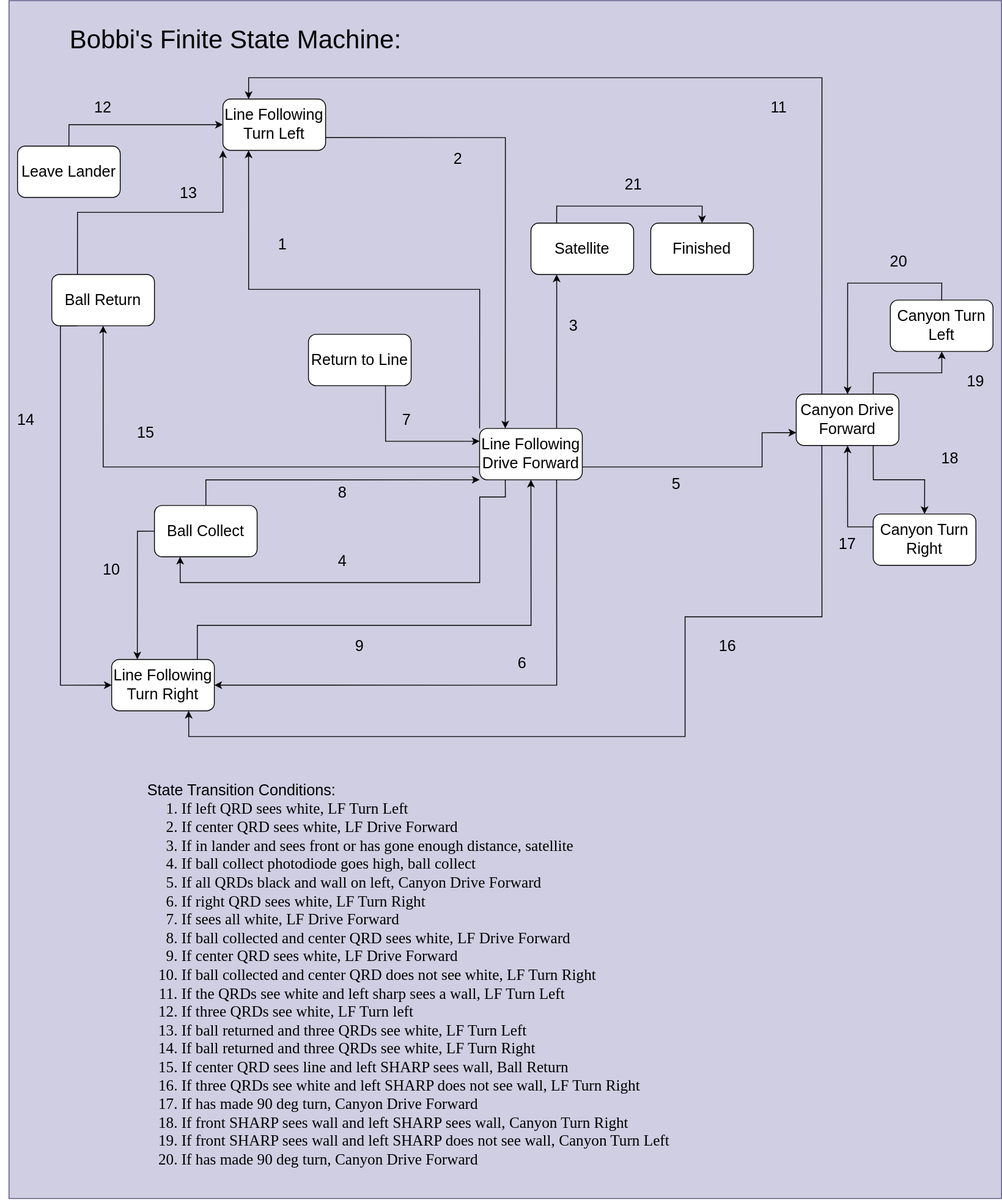
Before: media/meen330_FSM_diagram.svg, a diagram exported from draw.io (ltshield/bobbiMarsRover). Source tidied: cells renumbered, new cells last; positions are measured from the earlier drawing's top-left corner, leaving out a move shared by most shapes.
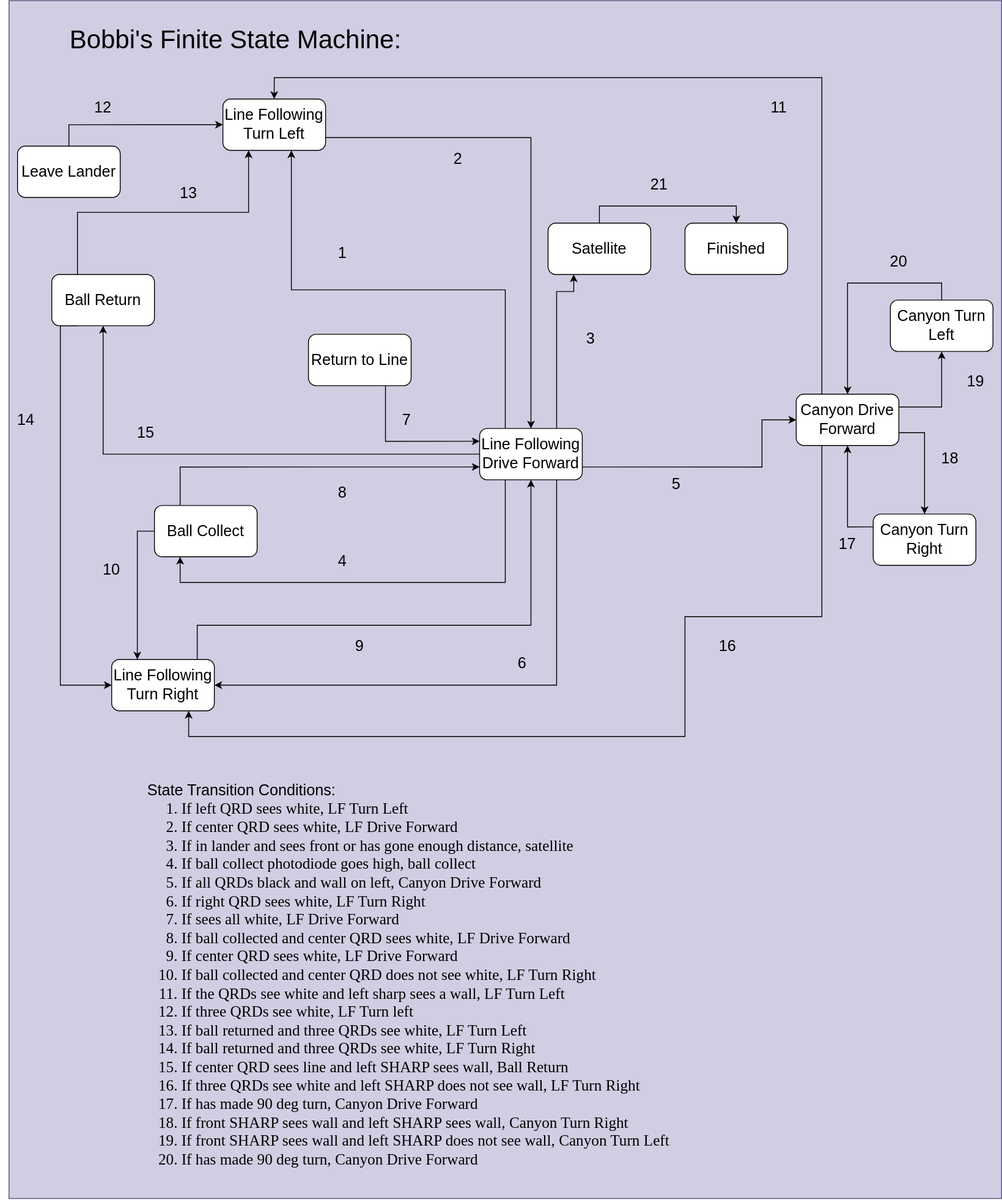
The same diagram one commit later.

Commit message:
changes to FSM Diagram

Change to the diagram source:
```diff
@@ -12,7 +12,7 @@
       <mxGeometry x="20" y="170" width="120" height="60" as="geometry" />
     </mxCell>
     <mxCell id="5" value="Finished" style="rounded=1;whiteSpace=wrap;html=1;fontSize=18;" parent="1" vertex="1">
-      <mxGeometry x="760" y="260" width="120" height="60" as="geometry" />
+      <mxGeometry x="800" y="260" width="120" height="60" as="geometry" />
     </mxCell>
     <mxCell id="6" style="edgeStyle=orthogonalEdgeStyle;rounded=0;jettySize=auto;html=1;exitX=0.75;exitY=1;exitDx=0;exitDy=0;entryX=0;entryY=0.25;entryDx=0;entryDy=0;fontSize=18;" parent="1" edge="1" source="7" target="24">
       <mxGeometry relative="1" as="geometry" />
@@ -20,10 +20,10 @@
     <mxCell id="7" value="Return to Line" style="rounded=1;whiteSpace=wrap;html=1;fontSize=18;" parent="1" vertex="1">
       <mxGeometry x="360" y="390" width="120" height="60" as="geometry" />
     </mxCell>
-    <mxCell id="8" style="edgeStyle=orthogonalEdgeStyle;rounded=0;jettySize=auto;html=1;exitX=0;exitY=0.5;exitDx=0;exitDy=0;entryX=0;entryY=1;entryDx=0;entryDy=0;fontSize=18;" parent="1" edge="1" source="10" target="24">
+    <mxCell id="8" style="edgeStyle=orthogonalEdgeStyle;rounded=0;jettySize=auto;html=1;exitX=0.25;exitY=0;exitDx=0;exitDy=0;entryX=0;entryY=0.75;entryDx=0;entryDy=0;fontSize=18;" parent="1" edge="1" source="10" target="24">
       <mxGeometry relative="1" as="geometry">
         <Array as="points">
-          <mxPoint x="240" y="560" />
+          <mxPoint x="210" y="545" />
         </Array>
       </mxGeometry>
     </mxCell>
@@ -33,11 +33,11 @@
     <mxCell id="10" value="Ball Collect" style="rounded=1;whiteSpace=wrap;html=1;fontSize=18;" parent="1" vertex="1">
       <mxGeometry x="180" y="590" width="120" height="60" as="geometry" />
     </mxCell>
-    <mxCell id="11" style="edgeStyle=orthogonalEdgeStyle;rounded=0;jettySize=auto;html=1;exitX=0.25;exitY=0;exitDx=0;exitDy=0;entryX=0.5;entryY=0;entryDx=0;entryDy=0;fontSize=18;" parent="1" edge="1" source="12" target="5">
+    <mxCell id="11" style="edgeStyle=orthogonalEdgeStyle;rounded=0;jettySize=auto;html=1;exitX=0.5;exitY=0;exitDx=0;exitDy=0;entryX=0.5;entryY=0;entryDx=0;entryDy=0;fontSize=18;" parent="1" edge="1" source="12" target="5">
       <mxGeometry relative="1" as="geometry" />
     </mxCell>
     <mxCell id="12" value="Satellite" style="rounded=1;whiteSpace=wrap;html=1;fontSize=18;" parent="1" vertex="1">
-      <mxGeometry x="620" y="260" width="120" height="60" as="geometry" />
+      <mxGeometry x="640" y="260" width="120" height="60" as="geometry" />
     </mxCell>
     <mxCell id="13" style="edgeStyle=orthogonalEdgeStyle;rounded=0;jettySize=auto;html=1;exitX=0.25;exitY=1;exitDx=0;exitDy=0;entryX=0;entryY=0.5;entryDx=0;entryDy=0;fontSize=18;" parent="1" edge="1" source="15" target="26">
       <mxGeometry relative="1" as="geometry">
@@ -47,20 +47,26 @@
         </Array>
       </mxGeometry>
     </mxCell>
-    <mxCell id="14" style="edgeStyle=orthogonalEdgeStyle;rounded=0;jettySize=auto;html=1;exitX=0.25;exitY=0;exitDx=0;exitDy=0;entryX=0;entryY=1;entryDx=0;entryDy=0;fontSize=18;" parent="1" edge="1" source="15" target="17">
+    <mxCell id="14" style="edgeStyle=orthogonalEdgeStyle;rounded=0;jettySize=auto;html=1;exitX=0.25;exitY=0;exitDx=0;exitDy=0;entryX=0.25;entryY=1;entryDx=0;entryDy=0;fontSize=18;" parent="1" edge="1" source="15" target="17">
       <mxGeometry relative="1" as="geometry" />
     </mxCell>
     <mxCell id="15" value="Ball Return" style="rounded=1;whiteSpace=wrap;html=1;fontSize=18;" parent="1" vertex="1">
       <mxGeometry x="60" y="320" width="120" height="60" as="geometry" />
     </mxCell>
-    <mxCell id="16" style="edgeStyle=orthogonalEdgeStyle;rounded=0;jettySize=auto;html=1;exitX=1;exitY=0.75;exitDx=0;exitDy=0;entryX=0.25;entryY=0;entryDx=0;entryDy=0;fontSize=18;" parent="1" edge="1" source="17" target="24">
+    <mxCell id="16" style="edgeStyle=orthogonalEdgeStyle;rounded=0;jettySize=auto;html=1;exitX=1;exitY=0.75;exitDx=0;exitDy=0;entryX=0.5;entryY=0;entryDx=0;entryDy=0;fontSize=18;" parent="1" edge="1" source="17" target="24">
       <mxGeometry relative="1" as="geometry" />
     </mxCell>
     <mxCell id="17" value="Line Following Turn Left" style="rounded=1;whiteSpace=wrap;html=1;fontSize=18;" parent="1" vertex="1">
       <mxGeometry x="260" y="115" width="120" height="60" as="geometry" />
     </mxCell>
-    <mxCell id="18" style="edgeStyle=orthogonalEdgeStyle;rounded=0;jettySize=auto;html=1;exitX=0;exitY=0;exitDx=0;exitDy=0;entryX=0.25;entryY=1;entryDx=0;entryDy=0;fontSize=18;" parent="1" edge="1" source="24" target="17">
-      <mxGeometry relative="1" as="geometry" />
+    <mxCell id="18" style="edgeStyle=orthogonalEdgeStyle;rounded=0;jettySize=auto;html=1;exitX=0.25;exitY=0;exitDx=0;exitDy=0;fontSize=18;" parent="1" edge="1" source="24">
+      <mxGeometry relative="1" as="geometry">
+        <mxPoint x="340" y="175" as="targetPoint" />
+        <Array as="points">
+          <mxPoint x="590" y="338" />
+          <mxPoint x="340" y="338" />
+        </Array>
+      </mxGeometry>
     </mxCell>
     <mxCell id="19" style="edgeStyle=orthogonalEdgeStyle;rounded=0;jettySize=auto;html=1;exitX=0.75;exitY=1;exitDx=0;exitDy=0;entryX=1;entryY=0.5;entryDx=0;entryDy=0;fontSize=18;" parent="1" edge="1" source="24" target="26">
       <mxGeometry relative="1" as="geometry" />
@@ -68,18 +74,16 @@
     <mxCell id="20" style="edgeStyle=orthogonalEdgeStyle;rounded=0;jettySize=auto;html=1;exitX=0.25;exitY=1;exitDx=0;exitDy=0;entryX=0.25;entryY=1;entryDx=0;entryDy=0;fontSize=18;" parent="1" edge="1" source="24" target="10">
       <mxGeometry relative="1" as="geometry">
         <Array as="points">
-          <mxPoint x="590" y="580" />
-          <mxPoint x="560" y="580" />
-          <mxPoint x="560" y="680" />
+          <mxPoint x="590" y="680" />
           <mxPoint x="210" y="680" />
         </Array>
       </mxGeometry>
     </mxCell>
-    <mxCell id="21" style="edgeStyle=orthogonalEdgeStyle;rounded=0;jettySize=auto;html=1;exitX=1;exitY=0.75;exitDx=0;exitDy=0;entryX=0;entryY=0.75;entryDx=0;entryDy=0;fontSize=18;" parent="1" edge="1" source="24" target="35">
+    <mxCell id="21" style="edgeStyle=orthogonalEdgeStyle;rounded=0;jettySize=auto;html=1;exitX=1;exitY=0.75;exitDx=0;exitDy=0;entryX=0;entryY=0.5;entryDx=0;entryDy=0;fontSize=18;" parent="1" edge="1" source="24" target="35">
       <mxGeometry relative="1" as="geometry">
         <Array as="points">
           <mxPoint x="890" y="545" />
-          <mxPoint x="890" y="505" />
+          <mxPoint x="890" y="490" />
         </Array>
       </mxGeometry>
     </mxCell>
@@ -87,14 +91,14 @@
       <mxGeometry relative="1" as="geometry">
         <Array as="points">
           <mxPoint x="650" y="340" />
-          <mxPoint x="650" y="340" />
+          <mxPoint x="670" y="340" />
         </Array>
       </mxGeometry>
     </mxCell>
-    <mxCell id="23" style="edgeStyle=orthogonalEdgeStyle;rounded=0;jettySize=auto;html=1;exitX=0;exitY=0.75;exitDx=0;exitDy=0;entryX=0.5;entryY=1;entryDx=0;entryDy=0;fontSize=18;" parent="1" edge="1" source="24" target="15">
+    <mxCell id="23" style="edgeStyle=orthogonalEdgeStyle;rounded=0;jettySize=auto;html=1;exitX=0;exitY=0.5;exitDx=0;exitDy=0;entryX=0.5;entryY=1;entryDx=0;entryDy=0;fontSize=18;" parent="1" edge="1" source="24" target="15">
       <mxGeometry relative="1" as="geometry">
         <Array as="points">
-          <mxPoint x="120" y="545" />
+          <mxPoint x="120" y="530" />
         </Array>
       </mxGeometry>
     </mxCell>
@@ -125,14 +129,14 @@
     <mxCell id="30" value="Canyon Turn Right" style="rounded=1;whiteSpace=wrap;html=1;fontSize=18;" parent="1" vertex="1">
       <mxGeometry x="1020" y="600" width="120" height="60" as="geometry" />
     </mxCell>
-    <mxCell id="31" style="edgeStyle=orthogonalEdgeStyle;rounded=0;jettySize=auto;html=1;exitX=0.75;exitY=0;exitDx=0;exitDy=0;fontSize=18;" parent="1" edge="1" source="35" target="28">
+    <mxCell id="31" style="edgeStyle=orthogonalEdgeStyle;rounded=0;jettySize=auto;html=1;exitX=1;exitY=0.25;exitDx=0;exitDy=0;fontSize=18;" parent="1" edge="1" source="35" target="28">
       <mxGeometry relative="1" as="geometry" />
     </mxCell>
-    <mxCell id="32" style="edgeStyle=orthogonalEdgeStyle;rounded=0;jettySize=auto;html=1;exitX=0.25;exitY=0;exitDx=0;exitDy=0;entryX=0.25;entryY=0;entryDx=0;entryDy=0;fontSize=18;" parent="1" edge="1" source="35" target="17">
+    <mxCell id="32" style="edgeStyle=orthogonalEdgeStyle;rounded=0;jettySize=auto;html=1;exitX=0.25;exitY=0;exitDx=0;exitDy=0;entryX=0.5;entryY=0;entryDx=0;entryDy=0;fontSize=18;" parent="1" edge="1" source="35" target="17">
       <mxGeometry relative="1" as="geometry">
         <Array as="points">
           <mxPoint x="960" y="90" />
-          <mxPoint x="290" y="90" />
+          <mxPoint x="320" y="90" />
         </Array>
       </mxGeometry>
     </mxCell>
@@ -146,20 +150,20 @@
         </Array>
       </mxGeometry>
     </mxCell>
-    <mxCell id="34" style="edgeStyle=orthogonalEdgeStyle;rounded=0;jettySize=auto;html=1;exitX=0.75;exitY=1;exitDx=0;exitDy=0;entryX=0.5;entryY=0;entryDx=0;entryDy=0;fontSize=18;" parent="1" edge="1" source="35" target="30">
+    <mxCell id="34" style="edgeStyle=orthogonalEdgeStyle;rounded=0;jettySize=auto;html=1;exitX=1;exitY=0.75;exitDx=0;exitDy=0;entryX=0.5;entryY=0;entryDx=0;entryDy=0;fontSize=18;" parent="1" edge="1" source="35" target="30">
       <mxGeometry relative="1" as="geometry" />
     </mxCell>
     <mxCell id="35" value="Canyon Drive Forward" style="rounded=1;whiteSpace=wrap;html=1;fontSize=18;" parent="1" vertex="1">
       <mxGeometry x="930" y="459.9" width="120" height="60" as="geometry" />
     </mxCell>
     <mxCell id="36" value="1" style="text;html=1;whiteSpace=wrap;strokeColor=none;fillColor=none;align=center;verticalAlign=middle;rounded=0;fontSize=18;" parent="1" vertex="1">
-      <mxGeometry x="300" y="270" width="60" height="30" as="geometry" />
+      <mxGeometry x="370" y="280" width="60" height="30" as="geometry" />
     </mxCell>
     <mxCell id="37" value="2" style="text;html=1;whiteSpace=wrap;strokeColor=none;fillColor=none;align=center;verticalAlign=middle;rounded=0;fontSize=18;" parent="1" vertex="1">
       <mxGeometry x="505" y="170" width="60" height="30" as="geometry" />
     </mxCell>
     <mxCell id="38" value="3" style="text;html=1;whiteSpace=wrap;strokeColor=none;fillColor=none;align=center;verticalAlign=middle;rounded=0;fontSize=18;" parent="1" vertex="1">
-      <mxGeometry x="640" y="365" width="60" height="30" as="geometry" />
+      <mxGeometry x="660" y="380" width="60" height="30" as="geometry" />
     </mxCell>
     <mxCell id="39" value="4" style="text;html=1;whiteSpace=wrap;strokeColor=none;fillColor=none;align=center;verticalAlign=middle;rounded=0;fontSize=18;" parent="1" vertex="1">
       <mxGeometry x="370" y="640" width="60" height="30" as="geometry" />
@@ -213,7 +217,7 @@
       <mxGeometry x="1020" y="290" width="60" height="30" as="geometry" />
     </mxCell>
     <mxCell id="56" value="21" style="text;html=1;whiteSpace=wrap;strokeColor=none;fillColor=none;align=center;verticalAlign=middle;rounded=0;fontSize=18;" parent="1" vertex="1">
-      <mxGeometry x="710" y="200" width="60" height="30" as="geometry" />
+      <mxGeometry x="740" y="200" width="60" height="30" as="geometry" />
     </mxCell>
     <mxCell id="57" value="&lt;font&gt;State Transition Conditions:&lt;/font&gt;&lt;div&gt;&lt;ol type=&quot;1&quot; style=&quot;direction: ltr; unicode-bidi: embed; margin-top: 0in; margin-bottom: 0in; font-family: Calibri;&quot;&gt; &lt;li value=&quot;1&quot; style=&quot;margin-top: 0px; margin-bottom: 0px; vertical-align: middle;&quot;&gt;&lt;font&gt;If left QRD sees white, LF Turn Left&lt;/font&gt;&lt;/li&gt; &lt;li style=&quot;margin-top: 0px; margin-bottom: 0px; vertical-align: middle;&quot;&gt;&lt;font&gt;If center QRD sees white, LF Drive Forward&lt;/font&gt;&lt;/li&gt; &lt;li style=&quot;margin-top: 0px; margin-bottom: 0px; vertical-align: middle;&quot;&gt;&lt;font&gt;If in lander and sees front or has gone enough distance, satellite&lt;/font&gt;&lt;/li&gt; &lt;li style=&quot;margin-top: 0px; margin-bottom: 0px; vertical-align: middle;&quot;&gt;&lt;font&gt;If ball collect photodiode goes high, ball collect&lt;/font&gt;&lt;/li&gt; &lt;li style=&quot;margin-top: 0px; margin-bottom: 0px; vertical-align: middle;&quot;&gt;&lt;font&gt;If all QRDs black and wall on left, Canyon Drive Forward&lt;/font&gt;&lt;/li&gt; &lt;li style=&quot;margin-top: 0px; margin-bottom: 0px; vertical-align: middle;&quot;&gt;&lt;font&gt;If right QRD sees white, LF Turn Right&lt;/font&gt;&lt;/li&gt; &lt;li style=&quot;margin-top: 0px; margin-bottom: 0px; vertical-align: middle;&quot;&gt;&lt;font&gt;If sees all white, LF Drive Forward&lt;/font&gt;&lt;/li&gt; &lt;li style=&quot;margin-top: 0px; margin-bottom: 0px; vertical-align: middle;&quot;&gt;&lt;font&gt;If ball collected and center QRD sees white, LF Drive Forward&lt;/font&gt;&lt;/li&gt; &lt;li style=&quot;margin-top: 0px; margin-bottom: 0px; vertical-align: middle;&quot;&gt;&lt;font&gt;If center QRD sees white, LF Drive Forward&lt;/font&gt;&lt;/li&gt; &lt;li style=&quot;margin-top: 0px; margin-bottom: 0px; vertical-align: middle;&quot;&gt;&lt;font&gt;If ball collected and center QRD does not see white, LF Turn Right&lt;/font&gt;&lt;/li&gt; &lt;li style=&quot;margin-top: 0px; margin-bottom: 0px; vertical-align: middle;&quot;&gt;&lt;font&gt;If the QRDs see white and left sharp sees a wall, LF Turn Left&lt;/font&gt;&lt;/li&gt; &lt;li style=&quot;margin-top: 0px; margin-bottom: 0px; vertical-align: middle;&quot;&gt;&lt;font&gt;If three QRDs see white, LF Turn left&lt;/font&gt;&lt;/li&gt; &lt;li style=&quot;margin-top: 0px; margin-bottom: 0px; vertical-align: middle;&quot;&gt;&lt;font&gt;If ball returned and three QRDs see white, LF Turn Left&lt;/font&gt;&lt;/li&gt; &lt;li style=&quot;margin-top: 0px; margin-bottom: 0px; vertical-align: middle;&quot;&gt;&lt;font&gt;If ball returned and three QRDs see white, LF Turn Right&lt;/font&gt;&lt;/li&gt; &lt;li style=&quot;margin-top: 0px; margin-bottom: 0px; vertical-align: middle;&quot;&gt;&lt;font&gt;If center QRD sees line and left SHARP sees wall, Ball Return&lt;/font&gt;&lt;/li&gt; &lt;li style=&quot;margin-top: 0px; margin-bottom: 0px; vertical-align: middle;&quot;&gt;&lt;font&gt;If three QRDs see white and left SHARP does not see wall, LF Turn Right&lt;/font&gt;&lt;/li&gt; &lt;li style=&quot;margin-top: 0px; margin-bottom: 0px; vertical-align: middle;&quot;&gt;&lt;font&gt;If has made 90 deg turn, Canyon Drive Forward&lt;/font&gt;&lt;/li&gt; &lt;li style=&quot;margin-top: 0px; margin-bottom: 0px; vertical-align: middle;&quot;&gt;&lt;font&gt;If front SHARP sees wall and left SHARP sees wall, Canyon Turn Right&lt;/font&gt;&lt;/li&gt; &lt;li style=&quot;margin-top: 0px; margin-bottom: 0px; vertical-align: middle;&quot;&gt;&lt;font&gt;If front SHARP sees wall and left SHARP does not see wall, Canyon Turn Left&lt;/font&gt;&lt;/li&gt; &lt;li style=&quot;margin-top: 0px; margin-bottom: 0px; vertical-align: middle;&quot;&gt;&lt;font&gt;If has made 90 deg turn, Canyon Drive Forward&amp;nbsp;&lt;/font&gt;&lt;/li&gt;&lt;br&gt;&lt;/ol&gt;&lt;/div&gt;" style="text;html=1;whiteSpace=wrap;strokeColor=none;fillColor=none;align=left;verticalAlign=middle;rounded=0;fontSize=18;" parent="1" vertex="1">
       <mxGeometry x="170" y="990" width="710" height="320" as="geometry" />
```
